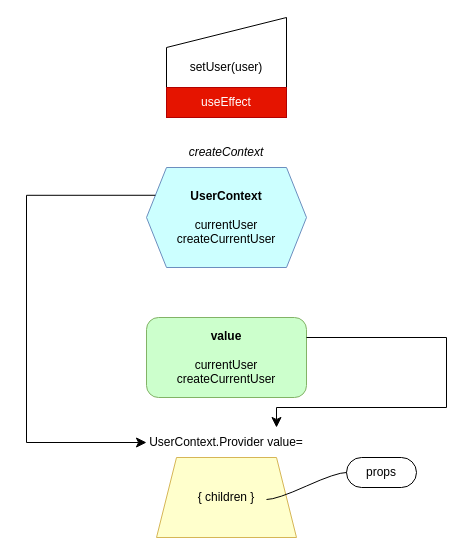
Above: docs/user-context.drawio in LubaGmail/react-store-graphql (draw.io), before the change. Source tidied: cells renumbered, new cells numbered last; positions are measured from the earlier drawing's top-left corner, leaving out a move shared by most shapes. Both pictures are drawn from the tidied source at 100%, with x=0, y=0 at pixel (26, 17).
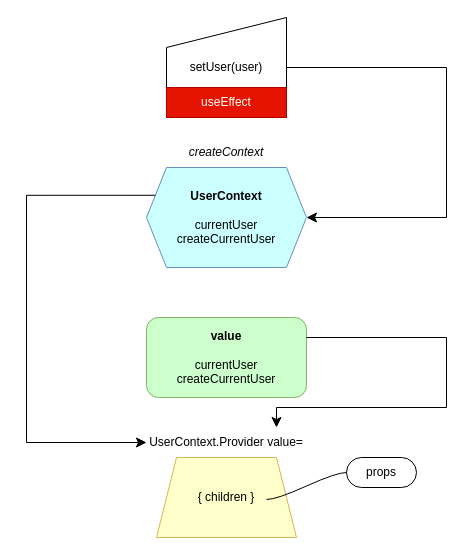
The same diagram, later.

Unchanged cells that the change refers to:
```xml
<mxCell id="2" value="setUser(user)" style="shape=manualInput;whiteSpace=wrap;html=1;" parent="1" vertex="1">
  <mxGeometry x="140" width="120" height="100" as="geometry" />
</mxCell>
<mxCell id="4" value="&lt;b&gt;UserContext&lt;/b&gt;&lt;br&gt;&lt;br&gt;currentUser&lt;br&gt;createCurrentUser" style="shape=hexagon;perimeter=hexagonPerimeter2;whiteSpace=wrap;html=1;fixedSize=1;fillColor=#CCFFFF;strokeColor=#6c8ebf;" parent="1" vertex="1">
  <mxGeometry x="120" y="150" width="160" height="100" as="geometry" />
</mxCell>
```

Change to the diagram source:
```diff
@@
+    <mxCell id="13" style="edgeStyle=segmentEdgeStyle;endArrow=classic;html=1;curved=0;rounded=0;endSize=8;startSize=8;entryX=1;entryY=0.5;entryDx=0;entryDy=0;" parent="1" edge="1" source="2" target="4">
+      <mxGeometry relative="1" as="geometry">
+        <Array as="points">
+          <mxPoint x="420" y="50" />
+          <mxPoint x="420" y="200" />
+        </Array>
+      </mxGeometry>
+    </mxCell>
```
